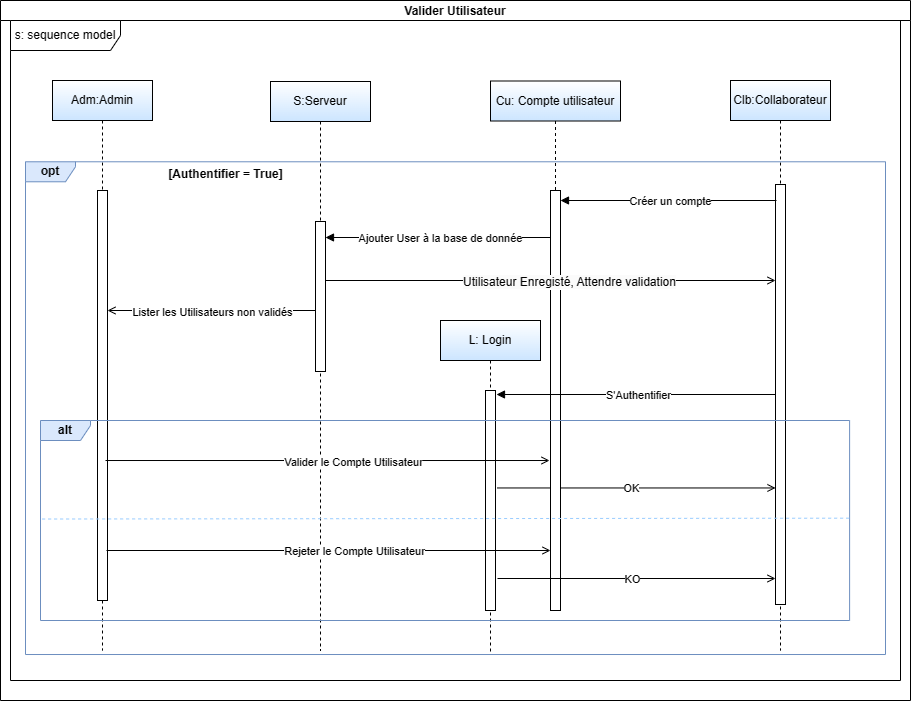
The draw.io diagram ValiderUser.drawio.png in BARIGOU-Imane/Gestion-des-Ordres-de-Mission, before a commit. Source tidied: cells renumbered, new cells last; positions are measured from the earlier drawing's top-left corner, leaving out a move shared by most shapes.
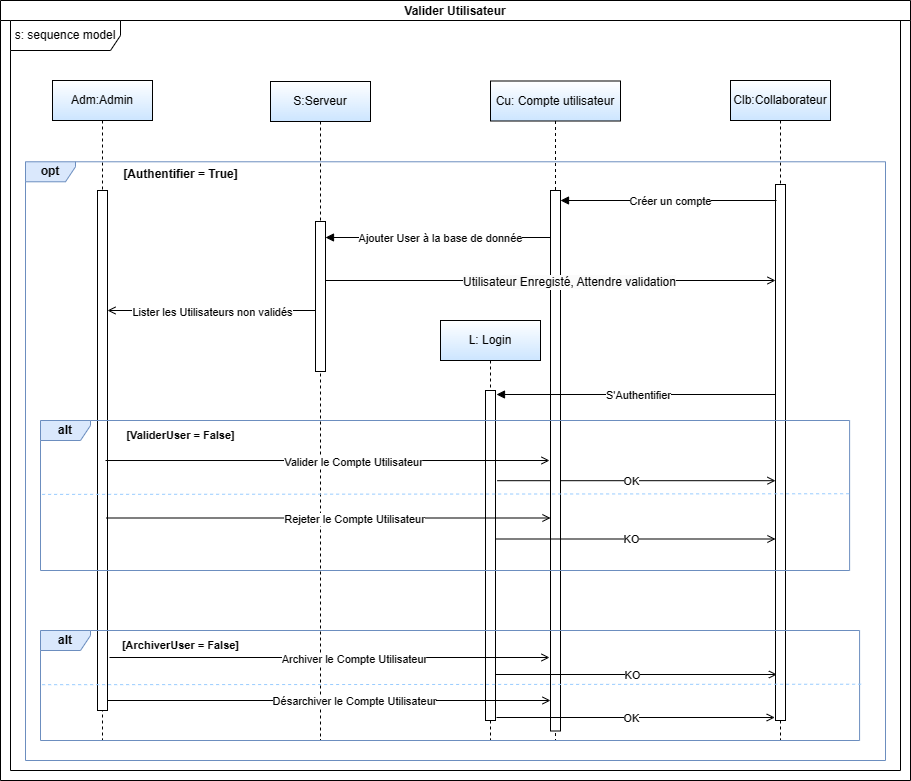
Later version of the same file.

Commit message:
Mettre à jour ValiderUser.drawio.png

The edit, as a diff of the source:
```diff
@@ -3,22 +3,19 @@
     <mxCell id="0" />
     <mxCell id="1" parent="0" />
     <mxCell id="2" value="Adm:Admin" style="shape=umlLifeline;perimeter=lifelinePerimeter;whiteSpace=wrap;html=1;newEdgeStyle={&quot;edgeStyle&quot;:&quot;elbowEdgeStyle&quot;,&quot;elbow&quot;:&quot;vertical&quot;,&quot;curved&quot;:0,&quot;rounded&quot;:0};fillColor=default;strokeColor=#000000;gradientColor=#CCE5FF;" parent="1" vertex="1">
-      <mxGeometry x="52" y="80" width="100" height="570" as="geometry" />
+      <mxGeometry x="52" y="80" width="100" height="660" as="geometry" />
     </mxCell>
     <mxCell id="3" style="html=1;perimeter=orthogonalPerimeter;targetShapes=umlLifeline;newEdgeStyle={&quot;edgeStyle&quot;:&quot;elbowEdgeStyle&quot;,&quot;elbow&quot;:&quot;vertical&quot;,&quot;curved&quot;:0,&quot;rounded&quot;:0};" parent="2" vertex="1">
-      <mxGeometry x="45" y="110" width="10" height="410" as="geometry" />
+      <mxGeometry x="45" y="110" width="10" height="520" as="geometry" />
     </mxCell>
     <mxCell id="4" value="Clb:Collaborateur" style="shape=umlLifeline;perimeter=lifelinePerimeter;whiteSpace=wrap;html=1;newEdgeStyle={&quot;edgeStyle&quot;:&quot;elbowEdgeStyle&quot;,&quot;elbow&quot;:&quot;vertical&quot;,&quot;curved&quot;:0,&quot;rounded&quot;:0};gradientColor=#CCE5FF;" parent="1" vertex="1">
-      <mxGeometry x="730" y="80" width="100" height="570" as="geometry" />
+      <mxGeometry x="730" y="80" width="100" height="660" as="geometry" />
     </mxCell>
     <mxCell id="5" value="&lt;b&gt;opt&lt;/b&gt;" style="shape=umlFrame;whiteSpace=wrap;html=1;width=50;height=20;fillColor=#dae8fc;strokeColor=#6c8ebf;" parent="1" vertex="1">
-      <mxGeometry x="25" y="161.3" width="860" height="492.7" as="geometry" />
+      <mxGeometry x="25" y="161.3" width="860" height="598.7" as="geometry" />
     </mxCell>
-    <mxCell id="6" value="&lt;b&gt;[Authentifier = True]&lt;/b&gt;" style="text;html=1;align=center;verticalAlign=middle;strokeColor=none;fillColor=none;" parent="1" vertex="1">
-      <mxGeometry x="155" y="159" width="140" height="30" as="geometry" />
-    </mxCell>
     <mxCell id="7" value="&lt;span style=&quot;color: rgba(0, 0, 0, 0); font-family: monospace; font-size: 0px; text-align: start;&quot;&gt;%3CmxGraphModel%3E%3Croot%3E%3CmxCell%20id%3D%220%22%2F%3E%3CmxCell%20id%3D%221%22%20parent%3D%220%22%2F%3E%3CmxCell%20id%3D%222%22%20value%3D%22CreerOm(NumBcGenere%20%2C%20NumOm)%22%20style%3D%22html%3D1%3BverticalAlign%3Dbottom%3BendArrow%3Dblock%3BedgeStyle%3DelbowEdgeStyle%3Belbow%3Dhorizontal%3Bcurved%3D0%3Brounded%3D0%3BentryX%3D0.491%3BentryY%3D0.057%3BentryDx%3D0%3BentryDy%3D0%3BentryPerimeter%3D0%3B%22%20edge%3D%221%22%20parent%3D%221%22%3E%3CmxGeometry%20x%3D%22-0.0344%22%20y%3D%22-10%22%20relative%3D%221%22%20as%3D%22geometry%22%3E%3CmxPoint%20x%3D%22100%22%20y%3D%22380%22%20as%3D%22sourcePoint%22%2F%3E%3CArray%20as%3D%22points%22%3E%3CmxPoint%20x%3D%22200.4207317073171%22%20y%3D%22379.5875%22%2F%3E%3C%2FArray%3E%3CmxPoint%20x%3D%22534.9983799999998%22%20y%3D%22379.98737000000006%22%20as%3D%22targetPoint%22%2F%3E%3CmxPoint%20as%3D%22offset%22%2F%3E%3C%2FmxGeometry%3E%3C%2FmxCell%3E%3C%2Froot%3E%3C%2FmxGraphModel%3E&lt;/span&gt;" style="html=1;points=[];perimeter=orthogonalPerimeter;outlineConnect=0;targetShapes=umlLifeline;portConstraint=eastwest;newEdgeStyle={&quot;edgeStyle&quot;:&quot;elbowEdgeStyle&quot;,&quot;elbow&quot;:&quot;vertical&quot;,&quot;curved&quot;:0,&quot;rounded&quot;:0};" parent="1" vertex="1">
-      <mxGeometry x="775" y="184" width="10" height="420" as="geometry" />
+      <mxGeometry x="775" y="184" width="10" height="536" as="geometry" />
     </mxCell>
     <mxCell id="8" value="Créer un compte" style="html=1;verticalAlign=bottom;endArrow=block;edgeStyle=elbowEdgeStyle;elbow=horizontal;curved=0;rounded=0;" parent="1" edge="1">
       <mxGeometry x="-0.02" y="10" relative="1" as="geometry">
@@ -27,13 +24,16 @@
       </mxGeometry>
     </mxCell>
     <mxCell id="9" value="L: Login" style="shape=umlLifeline;perimeter=lifelinePerimeter;whiteSpace=wrap;html=1;newEdgeStyle={&quot;edgeStyle&quot;:&quot;elbowEdgeStyle&quot;,&quot;elbow&quot;:&quot;vertical&quot;,&quot;curved&quot;:0,&quot;rounded&quot;:0};gradientColor=#CCE5FF;" parent="1" vertex="1">
-      <mxGeometry x="440" y="320" width="100" height="334" as="geometry" />
+      <mxGeometry x="440" y="320" width="100" height="420" as="geometry" />
     </mxCell>
     <mxCell id="10" style="html=1;points=[];perimeter=orthogonalPerimeter;outlineConnect=0;targetShapes=umlLifeline;portConstraint=eastwest;newEdgeStyle={&quot;edgeStyle&quot;:&quot;elbowEdgeStyle&quot;,&quot;elbow&quot;:&quot;vertical&quot;,&quot;curved&quot;:0,&quot;rounded&quot;:0};" parent="9" vertex="1">
-      <mxGeometry x="45" y="70" width="10" height="220" as="geometry" />
+      <mxGeometry x="45" y="70" width="10" height="330" as="geometry" />
     </mxCell>
-    <mxCell id="11" style="endArrow=open;endFill=1;html=1;rounded=0;exitX=1.175;exitY=0.443;exitDx=0;exitDy=0;exitPerimeter=0;" parent="1" edge="1" source="10" target="7">
-      <mxGeometry relative="1" as="geometry" />
+    <mxCell id="11" style="endArrow=open;endFill=1;html=1;rounded=0;exitX=1.175;exitY=0.443;exitDx=0;exitDy=0;exitPerimeter=0;" parent="1" edge="1">
+      <mxGeometry relative="1" as="geometry">
+        <mxPoint x="496.8" y="480.2" as="sourcePoint" />
+        <mxPoint x="775" y="480.2" as="targetPoint" />
+      </mxGeometry>
     </mxCell>
     <mxCell id="12" value="OK" style="edgeLabel;html=1;align=center;verticalAlign=middle;" parent="11" vertex="1">
       <mxGeometry x="-0.05" relative="1" as="geometry">
@@ -41,16 +41,16 @@
       </mxGeometry>
     </mxCell>
     <mxCell id="13" value="S:Serveur" style="shape=umlLifeline;perimeter=lifelinePerimeter;whiteSpace=wrap;html=1;newEdgeStyle={&quot;edgeStyle&quot;:&quot;elbowEdgeStyle&quot;,&quot;elbow&quot;:&quot;vertical&quot;,&quot;curved&quot;:0,&quot;rounded&quot;:0};gradientColor=#CCE5FF;" parent="1" vertex="1">
-      <mxGeometry x="270" y="81" width="100" height="569" as="geometry" />
+      <mxGeometry x="270" y="81" width="100" height="659" as="geometry" />
     </mxCell>
     <mxCell id="14" style="html=1;points=[];perimeter=orthogonalPerimeter;outlineConnect=0;targetShapes=umlLifeline;portConstraint=eastwest;newEdgeStyle={&quot;edgeStyle&quot;:&quot;elbowEdgeStyle&quot;,&quot;elbow&quot;:&quot;vertical&quot;,&quot;curved&quot;:0,&quot;rounded&quot;:0};" parent="13" vertex="1">
       <mxGeometry x="45" y="140" width="10" height="150" as="geometry" />
     </mxCell>
     <mxCell id="15" value="Cu: Compte utilisateur" style="shape=umlLifeline;perimeter=lifelinePerimeter;whiteSpace=wrap;html=1;newEdgeStyle={&quot;edgeStyle&quot;:&quot;elbowEdgeStyle&quot;,&quot;elbow&quot;:&quot;vertical&quot;,&quot;curved&quot;:0,&quot;rounded&quot;:0};gradientColor=#CCE5FF;" parent="1" vertex="1">
-      <mxGeometry x="490" y="80.5" width="130" height="529.5" as="geometry" />
+      <mxGeometry x="490" y="80.5" width="130" height="659.5" as="geometry" />
     </mxCell>
     <mxCell id="16" value="&lt;span style=&quot;color: rgba(0, 0, 0, 0); font-family: monospace; font-size: 0px; text-align: start;&quot;&gt;%3CmxGraphModel%3E%3Croot%3E%3CmxCell%20id%3D%220%22%2F%3E%3CmxCell%20id%3D%221%22%20parent%3D%220%22%2F%3E%3CmxCell%20id%3D%222%22%20value%3D%22CreerOm(NumBcGenere%20%2C%20NumOm)%22%20style%3D%22html%3D1%3BverticalAlign%3Dbottom%3BendArrow%3Dblock%3BedgeStyle%3DelbowEdgeStyle%3Belbow%3Dhorizontal%3Bcurved%3D0%3Brounded%3D0%3BentryX%3D0.491%3BentryY%3D0.057%3BentryDx%3D0%3BentryDy%3D0%3BentryPerimeter%3D0%3B%22%20edge%3D%221%22%20parent%3D%221%22%3E%3CmxGeometry%20x%3D%22-0.0344%22%20y%3D%22-10%22%20relative%3D%221%22%20as%3D%22geometry%22%3E%3CmxPoint%20x%3D%22100%22%20y%3D%22380%22%20as%3D%22sourcePoint%22%2F%3E%3CArray%20as%3D%22points%22%3E%3CmxPoint%20x%3D%22200.4207317073171%22%20y%3D%22379.5875%22%2F%3E%3C%2FArray%3E%3CmxPoint%20x%3D%22534.9983799999998%22%20y%3D%22379.98737000000006%22%20as%3D%22targetPoint%22%2F%3E%3CmxPoint%20as%3D%22offset%22%2F%3E%3C%2FmxGeometry%3E%3C%2FmxCell%3E%3C%2Froot%3E%3C%2FmxGraphModel%3E&lt;/span&gt;" style="html=1;perimeter=orthogonalPerimeter;targetShapes=umlLifeline;newEdgeStyle={&quot;edgeStyle&quot;:&quot;elbowEdgeStyle&quot;,&quot;elbow&quot;:&quot;vertical&quot;,&quot;curved&quot;:0,&quot;rounded&quot;:0};" parent="15" vertex="1">
-      <mxGeometry x="60" y="109.5" width="10" height="420" as="geometry" />
+      <mxGeometry x="60" y="109.5" width="10" height="540.5" as="geometry" />
     </mxCell>
     <mxCell id="17" style="endArrow=open;endFill=1;html=1;rounded=0;" parent="1" edge="1" source="14">
       <mxGeometry relative="1" as="geometry">
@@ -74,10 +74,10 @@
       </mxGeometry>
     </mxCell>
     <mxCell id="21" value="Valider Utilisateur" style="swimlane;startSize=20;" parent="1" vertex="1">
-      <mxGeometry width="910" height="700" as="geometry" />
+      <mxGeometry width="910" height="780" as="geometry" />
     </mxCell>
     <mxCell id="22" value="s: sequence model" style="shape=umlFrame;whiteSpace=wrap;html=1;width=110;height=30;" parent="21" vertex="1">
-      <mxGeometry x="10" y="20" width="890" height="660" as="geometry" />
+      <mxGeometry x="10" y="20" width="890" height="750" as="geometry" />
     </mxCell>
     <mxCell id="23" style="endArrow=open;endFill=1;html=1;rounded=0;" parent="21" edge="1" target="7">
       <mxGeometry relative="1" as="geometry">
@@ -92,6 +92,9 @@
         <mxPoint x="496" y="394" as="targetPoint" />
       </mxGeometry>
     </mxCell>
+    <mxCell id="6" value="&lt;b&gt;[Authentifier = True]&lt;/b&gt;" style="text;html=1;align=center;verticalAlign=middle;strokeColor=none;fillColor=none;" parent="21" vertex="1">
+      <mxGeometry x="110" y="159" width="140" height="30" as="geometry" />
+    </mxCell>
     <mxCell id="26" value="Ajouter User à la base de donnée" style="html=1;verticalAlign=bottom;endArrow=block;edgeStyle=elbowEdgeStyle;elbow=horizontal;curved=0;rounded=0;" parent="1" edge="1">
       <mxGeometry x="-0.02" y="10" relative="1" as="geometry">
         <mxPoint x="550" y="237" as="sourcePoint" />
@@ -99,21 +102,21 @@
       </mxGeometry>
     </mxCell>
     <mxCell id="27" style="group;" parent="1" vertex="1">
-      <mxGeometry x="40" y="420" width="811.5" height="200" as="geometry" />
+      <mxGeometry x="40" y="420" width="811.5" height="150" as="geometry" />
     </mxCell>
     <mxCell id="28" value="&lt;b&gt;alt&lt;/b&gt;" style="shape=umlFrame;whiteSpace=wrap;html=1;width=50;height=20;fillColor=#dae8fc;strokeColor=#6c8ebf;" parent="27" vertex="1">
-      <mxGeometry width="809.1" height="200" as="geometry" />
+      <mxGeometry width="809.1" height="150" as="geometry" />
     </mxCell>
     <mxCell id="29" style="endArrow=none;dashed=1;html=1;rounded=0;exitX=0.002;exitY=0.399;exitDx=0;exitDy=0;exitPerimeter=0;entryX=1.003;entryY=0.394;entryDx=0;entryDy=0;entryPerimeter=0;strokeColor=#99CCFF;" parent="27" edge="1">
       <mxGeometry relative="1" as="geometry">
-        <mxPoint x="1.6" y="98.5" as="sourcePoint" />
-        <mxPoint x="811.5" y="97.7" as="targetPoint" />
+        <mxPoint x="1.6" y="73.9" as="sourcePoint" />
+        <mxPoint x="811.5" y="73.3" as="targetPoint" />
       </mxGeometry>
     </mxCell>
     <mxCell id="30" style="endArrow=open;endFill=1;html=1;rounded=0;" parent="27" edge="1">
       <mxGeometry relative="1" as="geometry">
-        <mxPoint x="66" y="130" as="sourcePoint" />
-        <mxPoint x="510" y="130" as="targetPoint" />
+        <mxPoint x="66" y="97.5" as="sourcePoint" />
+        <mxPoint x="510" y="97.5" as="targetPoint" />
       </mxGeometry>
     </mxCell>
     <mxCell id="31" value="Rejeter le Compte Utilisateur" style="edgeLabel;html=1;align=center;verticalAlign=middle;" parent="30" vertex="1">
@@ -121,10 +124,10 @@
         <mxPoint x="8" y="1" as="offset" />
       </mxGeometry>
     </mxCell>
-    <mxCell id="32" style="endArrow=open;endFill=1;html=1;rounded=0;exitX=1.175;exitY=0.443;exitDx=0;exitDy=0;exitPerimeter=0;" parent="27" edge="1">
+    <mxCell id="32" style="endArrow=open;endFill=1;html=1;rounded=0;" parent="27" edge="1">
       <mxGeometry relative="1" as="geometry">
-        <mxPoint x="457" y="158" as="sourcePoint" />
-        <mxPoint x="735" y="158" as="targetPoint" />
+        <mxPoint x="455" y="118.5" as="sourcePoint" />
+        <mxPoint x="735" y="118.5" as="targetPoint" />
       </mxGeometry>
     </mxCell>
     <mxCell id="33" value="KO" style="edgeLabel;html=1;align=center;verticalAlign=middle;" parent="32" vertex="1">
@@ -132,5 +135,67 @@
         <mxPoint x="2" as="offset" />
       </mxGeometry>
     </mxCell>
+    <mxCell id="34" value="&lt;b style=&quot;font-size: 11px;&quot;&gt;[ValiderUser = False]&lt;/b&gt;" style="text;html=1;align=center;verticalAlign=middle;strokeColor=none;fillColor=none;fontSize=11;" parent="27" vertex="1">
+      <mxGeometry x="75" width="130" height="30" as="geometry" />
+    </mxCell>
+    <mxCell id="35" style="group;" parent="1" vertex="1">
+      <mxGeometry x="40" y="630" width="821.5" height="110" as="geometry" />
+    </mxCell>
+    <mxCell id="36" value="&lt;b&gt;alt&lt;/b&gt;" style="shape=umlFrame;whiteSpace=wrap;html=1;width=50;height=20;fillColor=#dae8fc;strokeColor=#6c8ebf;" parent="35" vertex="1">
+      <mxGeometry width="819.1" height="110" as="geometry" />
+    </mxCell>
+    <mxCell id="37" style="endArrow=none;dashed=1;html=1;rounded=0;exitX=0.002;exitY=0.399;exitDx=0;exitDy=0;exitPerimeter=0;entryX=1.003;entryY=0.394;entryDx=0;entryDy=0;entryPerimeter=0;strokeColor=#99CCFF;" parent="35" edge="1">
+      <mxGeometry relative="1" as="geometry">
+        <mxPoint x="1.6" y="54.2" as="sourcePoint" />
+        <mxPoint x="821.5" y="53.7" as="targetPoint" />
+      </mxGeometry>
+    </mxCell>
+    <mxCell id="38" style="endArrow=open;endFill=1;html=1;rounded=0;" parent="35" edge="1">
+      <mxGeometry relative="1" as="geometry">
+        <mxPoint x="69" y="27" as="sourcePoint" />
+        <mxPoint x="509" y="27" as="targetPoint" />
+      </mxGeometry>
+    </mxCell>
+    <mxCell id="39" value="Archiver le Compte Utilisateur" style="edgeLabel;html=1;align=center;verticalAlign=middle;" parent="38" vertex="1">
+      <mxGeometry x="0.07" relative="1" as="geometry">
+        <mxPoint x="8" y="1" as="offset" />
+      </mxGeometry>
+    </mxCell>
+    <mxCell id="40" style="endArrow=open;endFill=1;html=1;rounded=0;" parent="35" edge="1">
+      <mxGeometry relative="1" as="geometry">
+        <mxPoint x="455" y="44" as="sourcePoint" />
+        <mxPoint x="736.4" y="44" as="targetPoint" />
+      </mxGeometry>
+    </mxCell>
+    <mxCell id="41" value="KO" style="edgeLabel;html=1;align=center;verticalAlign=middle;" parent="40" vertex="1">
+      <mxGeometry x="-0.05" relative="1" as="geometry">
+        <mxPoint x="2" as="offset" />
+      </mxGeometry>
+    </mxCell>
+    <mxCell id="42" value="&lt;b style=&quot;font-size: 11px;&quot;&gt;[ArchiverUser = False]&lt;/b&gt;" style="text;html=1;align=center;verticalAlign=middle;strokeColor=none;fillColor=none;fontSize=11;" parent="35" vertex="1">
+      <mxGeometry x="70" width="140" height="30" as="geometry" />
+    </mxCell>
+    <mxCell id="43" style="endArrow=open;endFill=1;html=1;rounded=0;" parent="35" edge="1">
+      <mxGeometry relative="1" as="geometry">
+        <mxPoint x="67" y="70" as="sourcePoint" />
+        <mxPoint x="510" y="70" as="targetPoint" />
+      </mxGeometry>
+    </mxCell>
+    <mxCell id="44" value="Désarchiver le Compte Utilisateur" style="edgeLabel;html=1;align=center;verticalAlign=middle;" parent="43" vertex="1">
+      <mxGeometry x="0.07" relative="1" as="geometry">
+        <mxPoint x="8" y="1" as="offset" />
+      </mxGeometry>
+    </mxCell>
+    <mxCell id="45" style="endArrow=open;endFill=1;html=1;rounded=0;" parent="35" edge="1">
+      <mxGeometry relative="1" as="geometry">
+        <mxPoint x="456" y="87" as="sourcePoint" />
+        <mxPoint x="734.2" y="87" as="targetPoint" />
+      </mxGeometry>
+    </mxCell>
+    <mxCell id="46" value="OK" style="edgeLabel;html=1;align=center;verticalAlign=middle;" parent="45" vertex="1">
+      <mxGeometry x="-0.05" relative="1" as="geometry">
+        <mxPoint x="2" as="offset" />
+      </mxGeometry>
+    </mxCell>
   </root>
 </mxGraphModel>
```
